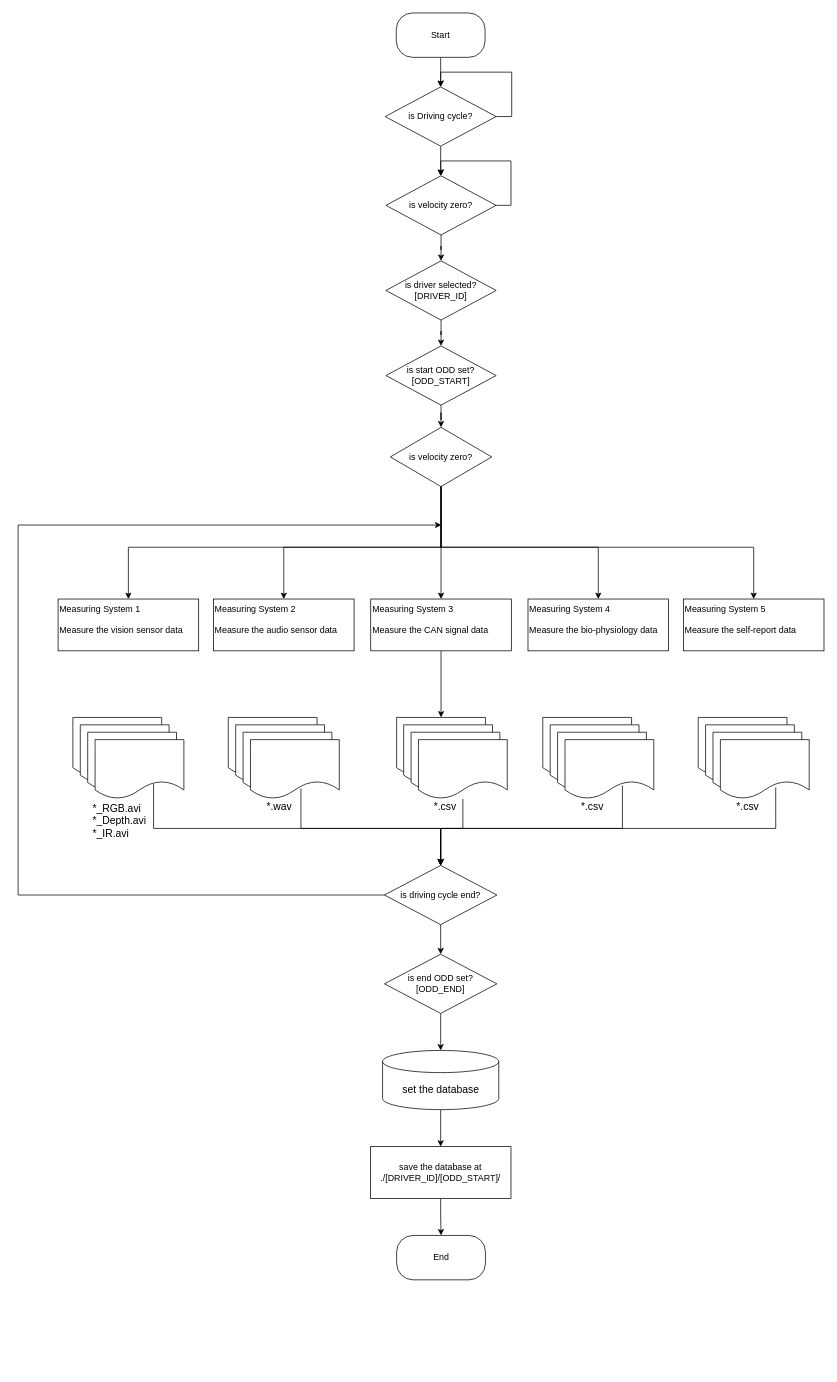
Earlier version of the draw.io diagram SystemFlowDiagram.drawio (gsethan17/DMS). Source tidied: cells renumbered, new cells numbered last; positions are measured from the earlier drawing's top-left corner, leaving out a move shared by most shapes. Both pictures are drawn from the tidied source at 74%, with x=0, y=0 at pixel (18, 13).
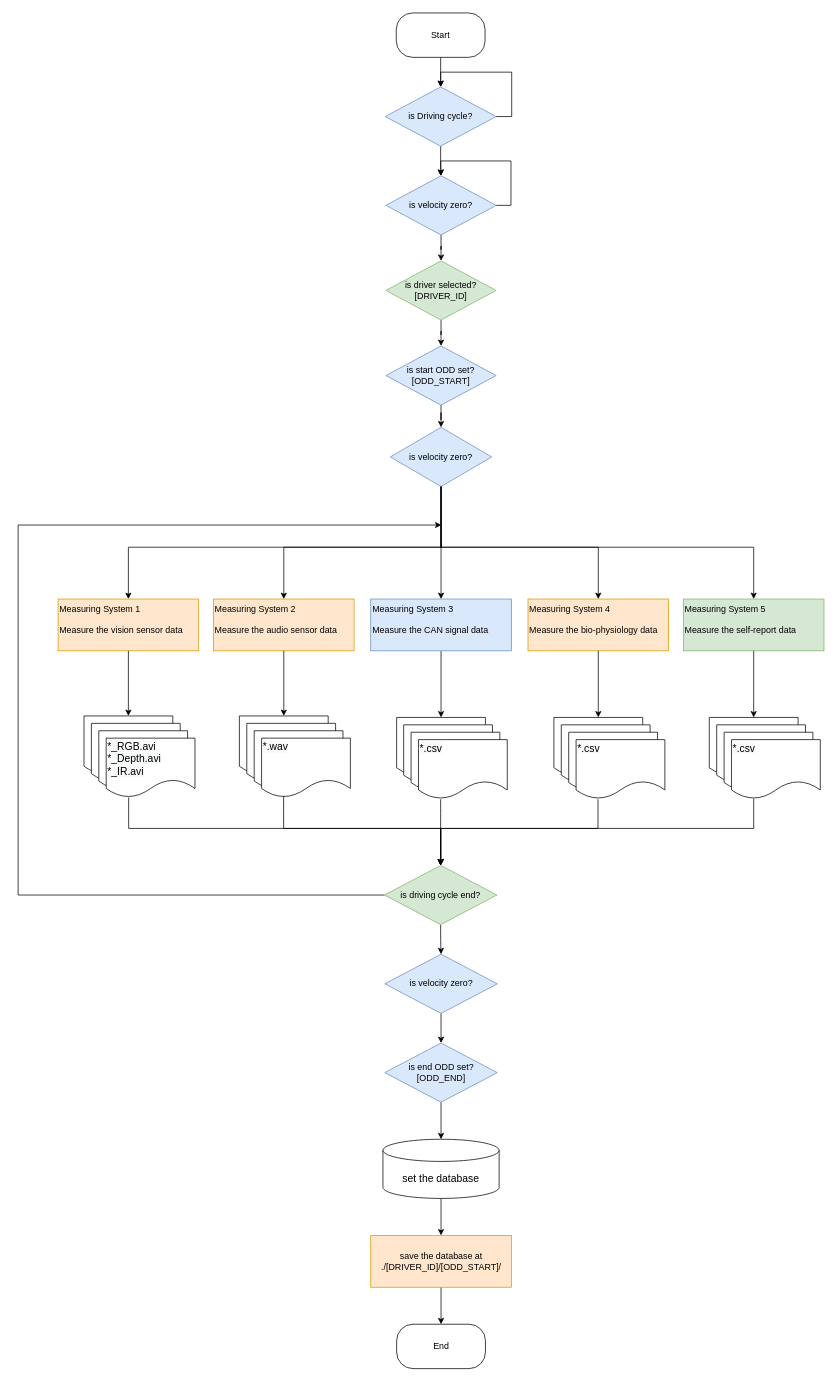
After the change.

Diff of the diagram source:
```diff
@@
-    <mxCell id="6" value="is Driving cycle?" style="rhombus;whiteSpace=wrap;html=1;" parent="1" vertex="1">
+    <mxCell id="6" value="is Driving cycle?" style="rhombus;whiteSpace=wrap;html=1;fillColor=#dae8fc;strokeColor=#6c8ebf;" parent="1" vertex="1">
       <mxGeometry x="496" y="100" width="150" height="80" as="geometry" />
     </mxCell>
@@
-    <mxCell id="9" value="is driver selected?&lt;br&gt;[DRIVER_ID]" style="rhombus;whiteSpace=wrap;html=1;" parent="1" vertex="1">
+    <mxCell id="9" value="is driver selected?&lt;br&gt;[DRIVER_ID]" style="rhombus;whiteSpace=wrap;html=1;fillColor=#d5e8d4;strokeColor=#82b366;" parent="1" vertex="1">
       <mxGeometry x="497" y="335" width="149" height="80" as="geometry" />
     </mxCell>
-    <mxCell id="10" value="is velocity zero?" style="rhombus;whiteSpace=wrap;html=1;" parent="1" vertex="1">
+    <mxCell id="10" value="is velocity zero?" style="rhombus;whiteSpace=wrap;html=1;fillColor=#dae8fc;strokeColor=#6c8ebf;" parent="1" vertex="1">
       <mxGeometry x="503" y="560" width="137" height="80" as="geometry" />
     </mxCell>
-    <mxCell id="11" value="Measuring System 1&lt;br&gt;&lt;br&gt;&lt;div style=&quot;text-align: right&quot;&gt;&lt;span&gt;Measure the vision sensor data&lt;/span&gt;&lt;/div&gt;" style="whiteSpace=wrap;html=1;align=left;verticalAlign=top;" parent="1" vertex="1">
+    <mxCell id="11" value="Measuring System 1&lt;br&gt;&lt;br&gt;&lt;div style=&quot;text-align: right&quot;&gt;&lt;span&gt;Measure the vision sensor data&lt;/span&gt;&lt;/div&gt;" style="whiteSpace=wrap;html=1;align=left;verticalAlign=top;fillColor=#ffe6cc;strokeColor=#d79b00;" parent="1" vertex="1">
       <mxGeometry x="54" y="792" width="190" height="70" as="geometry" />
     </mxCell>
@@
-    <mxCell id="14" value="is velocity zero?" style="rhombus;whiteSpace=wrap;html=1;" parent="1" vertex="1">
+    <mxCell id="14" value="is velocity zero?" style="rhombus;whiteSpace=wrap;html=1;fillColor=#dae8fc;strokeColor=#6c8ebf;" parent="1" vertex="1">
       <mxGeometry x="497" y="220" width="149" height="80" as="geometry" />
     </mxCell>
@@
-    <mxCell id="16" style="edgeStyle=orthogonalEdgeStyle;rounded=0;jettySize=auto;html=1;fontSize=14;" parent="1" edge="1" source="17" target="19">
+    <mxCell id="16" style="edgeStyle=orthogonalEdgeStyle;rounded=0;jettySize=auto;html=1;fontSize=14;entryX=0.5;entryY=0;entryDx=0;entryDy=0;" parent="1" edge="1" source="17" target="67">
       <mxGeometry relative="1" as="geometry" />
     </mxCell>
-    <mxCell id="17" value="is driving cycle end?" style="rhombus;whiteSpace=wrap;html=1;" parent="1" vertex="1">
+    <mxCell id="17" value="is driving cycle end?" style="rhombus;whiteSpace=wrap;html=1;fillColor=#d5e8d4;strokeColor=#82b366;" parent="1" vertex="1">
       <mxGeometry x="495" y="1152" width="152" height="80" as="geometry" />
     </mxCell>
@@
-    <mxCell id="19" value="is end ODD set?&lt;br&gt;[ODD_END]" style="rhombus;whiteSpace=wrap;html=1;" parent="1" vertex="1">
-      <mxGeometry x="495" y="1272" width="152" height="80" as="geometry" />
+    <mxCell id="19" value="is end ODD set?&lt;br&gt;[ODD_END]" style="rhombus;whiteSpace=wrap;html=1;fillColor=#dae8fc;strokeColor=#6c8ebf;" parent="1" vertex="1">
+      <mxGeometry x="495.5" y="1392" width="152" height="80" as="geometry" />
     </mxCell>
     <mxCell id="20" style="shape=document;whiteSpace=wrap;html=1;boundedLbl=1;fontSize=14;align=left;" parent="1" vertex="1">
-      <mxGeometry x="74" y="952" width="120" height="80" as="geometry" />
+      <mxGeometry x="89" y="950" width="120" height="80" as="geometry" />
     </mxCell>
@@
     <mxCell id="22" value="set the database" style="shape=cylinder3;whiteSpace=wrap;html=1;boundedLbl=1;backgroundOutline=1;size=15;fontSize=14;align=center;" parent="1" vertex="1">
-      <mxGeometry x="492.5" y="1402" width="157" height="80" as="geometry" />
+      <mxGeometry x="493" y="1522" width="157" height="80" as="geometry" />
     </mxCell>
     <mxCell id="23" style="shape=document;whiteSpace=wrap;html=1;boundedLbl=1;fontSize=14;align=left;" parent="1" vertex="1">
-      <mxGeometry x="84" y="962" width="120" height="80" as="geometry" />
+      <mxGeometry x="99" y="960" width="120" height="80" as="geometry" />
     </mxCell>
     <mxCell id="24" style="shape=document;whiteSpace=wrap;html=1;boundedLbl=1;fontSize=14;align=left;" parent="1" vertex="1">
-      <mxGeometry x="94" y="972" width="120" height="80" as="geometry" />
+      <mxGeometry x="109" y="970" width="120" height="80" as="geometry" />
     </mxCell>
-    <mxCell id="25" style="shape=document;whiteSpace=wrap;html=1;boundedLbl=1;fontSize=14;align=left;" parent="1" vertex="1">
-      <mxGeometry x="104" y="982" width="120" height="80" as="geometry" />
+    <mxCell id="25" value="&#10;&#10;&lt;span style=&quot;color: rgb(0, 0, 0); font-family: helvetica; font-size: 14px; font-style: normal; font-weight: 400; letter-spacing: normal; text-indent: 0px; text-transform: none; word-spacing: 0px; background-color: rgb(248, 249, 250); display: inline; float: none;&quot;&gt;*_RGB.avi&lt;/span&gt;&lt;br style=&quot;color: rgb(0, 0, 0); font-family: helvetica; font-size: 14px; font-style: normal; font-weight: 400; letter-spacing: normal; text-indent: 0px; text-transform: none; word-spacing: 0px; background-color: rgb(248, 249, 250);&quot;&gt;&lt;span style=&quot;color: rgb(0, 0, 0); font-family: helvetica; font-size: 14px; font-style: normal; font-weight: 400; letter-spacing: normal; text-indent: 0px; text-transform: none; word-spacing: 0px; background-color: rgb(248, 249, 250); display: inline; float: none;&quot;&gt;*_Depth.avi&lt;/span&gt;&lt;br style=&quot;color: rgb(0, 0, 0); font-family: helvetica; font-size: 14px; font-style: normal; font-weight: 400; letter-spacing: normal; text-indent: 0px; text-transform: none; word-spacing: 0px; background-color: rgb(248, 249, 250);&quot;&gt;&lt;span style=&quot;color: rgb(0, 0, 0); font-family: helvetica; font-size: 14px; font-style: normal; font-weight: 400; letter-spacing: normal; text-indent: 0px; text-transform: none; word-spacing: 0px; background-color: rgb(248, 249, 250); display: inline; float: none;&quot;&gt;*_IR.avi&lt;/span&gt;&#10;&#10;" style="shape=document;whiteSpace=wrap;html=1;boundedLbl=1;fontSize=14;align=left;verticalAlign=middle;" parent="1" vertex="1">
+      <mxGeometry x="119" y="980" width="120" height="80" as="geometry" />
     </mxCell>
-    <mxCell id="26" value="Measuring System 2&lt;br&gt;&lt;br&gt;&lt;div style=&quot;text-align: right&quot;&gt;&lt;span&gt;Measure the audio sensor data&lt;/span&gt;&lt;/div&gt;" style="whiteSpace=wrap;html=1;align=left;verticalAlign=top;" parent="1" vertex="1">
+    <mxCell id="26" value="Measuring System 2&lt;br&gt;&lt;br&gt;&lt;div style=&quot;text-align: right&quot;&gt;&lt;span&gt;Measure the audio sensor data&lt;/span&gt;&lt;/div&gt;" style="whiteSpace=wrap;html=1;align=left;verticalAlign=top;fillColor=#ffe6cc;strokeColor=#d79b00;" parent="1" vertex="1">
       <mxGeometry x="264" y="792" width="190" height="70" as="geometry" />
     </mxCell>
@@
-    <mxCell id="28" value="Measuring System 3&lt;br&gt;&lt;br&gt;&lt;div style=&quot;text-align: right&quot;&gt;&lt;span&gt;Measure the CAN signal data&lt;/span&gt;&lt;/div&gt;" style="whiteSpace=wrap;html=1;align=left;verticalAlign=top;" parent="1" vertex="1">
+    <mxCell id="28" value="Measuring System 3&lt;br&gt;&lt;br&gt;&lt;div style=&quot;text-align: right&quot;&gt;&lt;span&gt;Measure the CAN signal data&lt;/span&gt;&lt;/div&gt;" style="whiteSpace=wrap;html=1;align=left;verticalAlign=top;fillColor=#dae8fc;strokeColor=#6c8ebf;" parent="1" vertex="1">
       <mxGeometry x="476.5" y="792" width="190" height="70" as="geometry" />
     </mxCell>
-    <mxCell id="29" value="Measuring System 4&lt;br&gt;&lt;br&gt;&lt;div style=&quot;text-align: right&quot;&gt;&lt;span&gt;Measure the bio-physiology data&lt;/span&gt;&lt;/div&gt;" style="whiteSpace=wrap;html=1;align=left;verticalAlign=top;" parent="1" vertex="1">
+    <mxCell id="29" value="Measuring System 4&lt;br&gt;&lt;br&gt;&lt;div style=&quot;text-align: right&quot;&gt;&lt;span&gt;Measure the bio-physiology data&lt;/span&gt;&lt;/div&gt;" style="whiteSpace=wrap;html=1;align=left;verticalAlign=top;fillColor=#ffe6cc;strokeColor=#d79b00;" parent="1" vertex="1">
       <mxGeometry x="689" y="792" width="190" height="70" as="geometry" />
     </mxCell>
     <mxCell id="30" style="shape=document;whiteSpace=wrap;html=1;boundedLbl=1;fontSize=14;align=left;" parent="1" vertex="1">
-      <mxGeometry x="284" y="952" width="120" height="80" as="geometry" />
+      <mxGeometry x="299" y="950" width="120" height="80" as="geometry" />
     </mxCell>
     <mxCell id="31" style="shape=document;whiteSpace=wrap;html=1;boundedLbl=1;fontSize=14;align=left;" parent="1" vertex="1">
-      <mxGeometry x="294" y="962" width="120" height="80" as="geometry" />
+      <mxGeometry x="309" y="960" width="120" height="80" as="geometry" />
     </mxCell>
     <mxCell id="32" style="shape=document;whiteSpace=wrap;html=1;boundedLbl=1;fontSize=14;align=left;" parent="1" vertex="1">
-      <mxGeometry x="304" y="972" width="120" height="80" as="geometry" />
+      <mxGeometry x="319" y="970" width="120" height="80" as="geometry" />
     </mxCell>
-    <mxCell id="33" style="shape=document;whiteSpace=wrap;html=1;boundedLbl=1;fontSize=14;align=left;" parent="1" vertex="1">
-      <mxGeometry x="314" y="982" width="120" height="80" as="geometry" />
+    <mxCell id="33" value="&#10;&#10;&lt;span style=&quot;color: rgb(0, 0, 0); font-family: helvetica; font-size: 14px; font-style: normal; font-weight: 400; letter-spacing: normal; text-align: left; text-indent: 0px; text-transform: none; word-spacing: 0px; background-color: rgb(248, 249, 250); display: inline; float: none;&quot;&gt;*.wav&lt;/span&gt;&#10;&#10;" style="shape=document;whiteSpace=wrap;html=1;boundedLbl=1;fontSize=14;align=left;verticalAlign=bottom;" parent="1" vertex="1">
+      <mxGeometry x="329" y="980" width="120" height="80" as="geometry" />
     </mxCell>
@@
-    <mxCell id="37" style="shape=document;whiteSpace=wrap;html=1;boundedLbl=1;fontSize=14;align=left;" parent="1" vertex="1">
+    <mxCell id="37" value="&#10;&#10;&lt;span style=&quot;color: rgb(0, 0, 0); font-family: helvetica; font-size: 14px; font-style: normal; font-weight: 400; letter-spacing: normal; text-align: left; text-indent: 0px; text-transform: none; word-spacing: 0px; background-color: rgb(248, 249, 250); display: inline; float: none;&quot;&gt;*.csv&lt;/span&gt;&#10;&#10;" style="shape=document;whiteSpace=wrap;html=1;boundedLbl=1;fontSize=14;align=left;verticalAlign=bottom;" parent="1" vertex="1">
       <mxGeometry x="541" y="982" width="120" height="80" as="geometry" />
     </mxCell>
     <mxCell id="38" style="shape=document;whiteSpace=wrap;html=1;boundedLbl=1;fontSize=14;align=left;" parent="1" vertex="1">
-      <mxGeometry x="709" y="952" width="120" height="80" as="geometry" />
+      <mxGeometry x="724" y="952" width="120" height="80" as="geometry" />
     </mxCell>
     <mxCell id="39" style="shape=document;whiteSpace=wrap;html=1;boundedLbl=1;fontSize=14;align=left;" parent="1" vertex="1">
-      <mxGeometry x="719" y="962" width="120" height="80" as="geometry" />
+      <mxGeometry x="734" y="962" width="120" height="80" as="geometry" />
     </mxCell>
     <mxCell id="40" style="shape=document;whiteSpace=wrap;html=1;boundedLbl=1;fontSize=14;align=left;" parent="1" vertex="1">
-      <mxGeometry x="729" y="972" width="120" height="80" as="geometry" />
+      <mxGeometry x="744" y="972" width="120" height="80" as="geometry" />
     </mxCell>
-    <mxCell id="41" style="shape=document;whiteSpace=wrap;html=1;boundedLbl=1;fontSize=14;align=left;" parent="1" vertex="1">
-      <mxGeometry x="739" y="982" width="120" height="80" as="geometry" />
+    <mxCell id="41" value="&#10;&#10;&lt;span style=&quot;color: rgb(0, 0, 0); font-family: helvetica; font-size: 14px; font-style: normal; font-weight: 400; letter-spacing: normal; text-align: left; text-indent: 0px; text-transform: none; word-spacing: 0px; background-color: rgb(248, 249, 250); display: inline; float: none;&quot;&gt;*.csv&lt;/span&gt;&#10;&#10;" style="shape=document;whiteSpace=wrap;html=1;boundedLbl=1;fontSize=14;align=left;verticalAlign=bottom;" parent="1" vertex="1">
+      <mxGeometry x="754" y="982" width="120" height="80" as="geometry" />
     </mxCell>
-    <mxCell id="42" value="*_RGB.avi&lt;br&gt;*_Depth.avi&lt;br&gt;*_IR.avi" style="text;html=1;strokeColor=none;fillColor=none;align=left;verticalAlign=middle;whiteSpace=wrap;rounded=0;fontSize=14;" parent="1" vertex="1">
-      <mxGeometry x="99" y="1062" width="100" height="60" as="geometry" />
-    </mxCell>
-    <mxCell id="43" value="*.wav" style="text;html=1;strokeColor=none;fillColor=none;align=left;verticalAlign=middle;whiteSpace=wrap;rounded=0;fontSize=14;" parent="1" vertex="1">
-      <mxGeometry x="334" y="1062" width="50" height="20" as="geometry" />
-    </mxCell>
-    <mxCell id="44" value="*.csv" style="text;html=1;strokeColor=none;fillColor=none;align=left;verticalAlign=middle;whiteSpace=wrap;rounded=0;fontSize=14;" parent="1" vertex="1">
-      <mxGeometry x="560" y="1062" width="50" height="20" as="geometry" />
-    </mxCell>
-    <mxCell id="45" value="*.csv" style="text;html=1;strokeColor=none;fillColor=none;align=left;verticalAlign=middle;whiteSpace=wrap;rounded=0;fontSize=14;" parent="1" vertex="1">
-      <mxGeometry x="759" y="1062" width="50" height="20" as="geometry" />
-    </mxCell>
-    <mxCell id="46" value="Measuring System 5&lt;br&gt;&lt;br&gt;&lt;div style=&quot;text-align: right&quot;&gt;&lt;span&gt;Measure the self-report data&lt;/span&gt;&lt;/div&gt;" style="whiteSpace=wrap;html=1;align=left;verticalAlign=top;" parent="1" vertex="1">
+    <mxCell id="46" value="Measuring System 5&lt;br&gt;&lt;br&gt;&lt;div style=&quot;text-align: right&quot;&gt;&lt;span&gt;Measure the self-report data&lt;/span&gt;&lt;/div&gt;" style="whiteSpace=wrap;html=1;align=left;verticalAlign=top;fillColor=#d5e8d4;strokeColor=#82b366;" parent="1" vertex="1">
       <mxGeometry x="899" y="792" width="190" height="70" as="geometry" />
     </mxCell>
     <mxCell id="47" style="shape=document;whiteSpace=wrap;html=1;boundedLbl=1;fontSize=14;align=left;" parent="1" vertex="1">
-      <mxGeometry x="919" y="952" width="120" height="80" as="geometry" />
+      <mxGeometry x="934" y="952" width="120" height="80" as="geometry" />
     </mxCell>
     <mxCell id="48" style="shape=document;whiteSpace=wrap;html=1;boundedLbl=1;fontSize=14;align=left;" parent="1" vertex="1">
-      <mxGeometry x="929" y="962" width="120" height="80" as="geometry" />
+      <mxGeometry x="944" y="962" width="120" height="80" as="geometry" />
     </mxCell>
     <mxCell id="49" style="shape=document;whiteSpace=wrap;html=1;boundedLbl=1;fontSize=14;align=left;" parent="1" vertex="1">
-      <mxGeometry x="939" y="972" width="120" height="80" as="geometry" />
+      <mxGeometry x="954" y="972" width="120" height="80" as="geometry" />
     </mxCell>
-    <mxCell id="50" style="shape=document;whiteSpace=wrap;html=1;boundedLbl=1;fontSize=14;align=left;" parent="1" vertex="1">
-      <mxGeometry x="949" y="982" width="120" height="80" as="geometry" />
+    <mxCell id="50" value="&#10;&#10;&lt;span style=&quot;color: rgb(0, 0, 0); font-family: helvetica; font-size: 14px; font-style: normal; font-weight: 400; letter-spacing: normal; text-align: left; text-indent: 0px; text-transform: none; word-spacing: 0px; background-color: rgb(248, 249, 250); display: inline; float: none;&quot;&gt;*.csv&lt;/span&gt;&#10;&#10;" style="shape=document;whiteSpace=wrap;html=1;boundedLbl=1;fontSize=14;align=left;verticalAlign=bottom;" parent="1" vertex="1">
+      <mxGeometry x="964" y="982" width="120" height="80" as="geometry" />
     </mxCell>
-    <mxCell id="51" value="*.csv" style="text;html=1;strokeColor=none;fillColor=none;align=left;verticalAlign=middle;whiteSpace=wrap;rounded=0;fontSize=14;" parent="1" vertex="1">
-      <mxGeometry x="969" y="1062" width="50" height="20" as="geometry" />
-    </mxCell>
@@
-    <mxCell id="53" value="save the database at&lt;br&gt;./[DRIVER_ID]/[ODD_START]/" style="whiteSpace=wrap;html=1;align=center;verticalAlign=middle;" parent="1" vertex="1">
-      <mxGeometry x="476" y="1532" width="190" height="70" as="geometry" />
+    <mxCell id="53" value="save the database at&lt;br&gt;./[DRIVER_ID]/[ODD_START]/" style="whiteSpace=wrap;html=1;align=center;verticalAlign=middle;fillColor=#ffe6cc;strokeColor=#d79b00;" parent="1" vertex="1">
+      <mxGeometry x="476.5" y="1652" width="190" height="70" as="geometry" />
     </mxCell>
@@
-    <mxCell id="59" value="is start ODD set?&lt;br&gt;[ODD_START]" style="rhombus;whiteSpace=wrap;html=1;" parent="1" vertex="1">
+    <mxCell id="59" value="is start ODD set?&lt;br&gt;[ODD_START]" style="rhombus;whiteSpace=wrap;html=1;fillColor=#dae8fc;strokeColor=#6c8ebf;" parent="1" vertex="1">
       <mxGeometry x="497" y="450" width="149" height="80" as="geometry" />
     </mxCell>
     <mxCell id="60" value="End" style="rounded=1;whiteSpace=wrap;html=1;arcSize=37;" parent="1" vertex="1">
-      <mxGeometry x="511.5" y="1652" width="120" height="60" as="geometry" />
+      <mxGeometry x="511.5" y="1772" width="120" height="60" as="geometry" />
     </mxCell>
-    <mxCell id="61" style="edgeStyle=orthogonalEdgeStyle;rounded=0;jettySize=auto;html=1;fontSize=14;entryX=0.5;entryY=0;entryDx=0;entryDy=0;" parent="1" edge="1" source="37" target="17">
+    <mxCell id="61" style="edgeStyle=orthogonalEdgeStyle;rounded=0;jettySize=auto;html=1;fontSize=14;entryX=0.5;entryY=0;entryDx=0;entryDy=0;exitX=0.25;exitY=1.007;exitDx=0;exitDy=0;exitPerimeter=0;" parent="1" edge="1" source="37" target="17">
       <mxGeometry relative="1" as="geometry">
         <Array as="points">
-          <mxPoint x="601" y="1102" />
-          <mxPoint x="571" y="1102" />
+          <mxPoint x="571" y="1082" />
+          <mxPoint x="571" y="1082" />
         </Array>
       </mxGeometry>
     </mxCell>
-    <mxCell id="62" style="edgeStyle=orthogonalEdgeStyle;rounded=0;jettySize=auto;html=1;fontSize=14;exitX=0.568;exitY=0.827;exitDx=0;exitDy=0;exitPerimeter=0;entryX=0.5;entryY=0;entryDx=0;entryDy=0;" parent="1" edge="1" source="33" target="17">
+    <mxCell id="62" style="edgeStyle=orthogonalEdgeStyle;rounded=0;jettySize=auto;html=1;fontSize=14;exitX=0.248;exitY=0.977;exitDx=0;exitDy=0;exitPerimeter=0;entryX=0.5;entryY=0;entryDx=0;entryDy=0;" parent="1" edge="1" source="33" target="17">
       <mxGeometry relative="1" as="geometry">
         <Array as="points">
-          <mxPoint x="382" y="1102" />
+          <mxPoint x="359" y="1102" />
           <mxPoint x="571" y="1102" />
         </Array>
       </mxGeometry>
     </mxCell>
-    <mxCell id="63" style="edgeStyle=orthogonalEdgeStyle;rounded=0;jettySize=auto;html=1;fontSize=14;entryX=0.5;entryY=0;entryDx=0;entryDy=0;" parent="1" edge="1" target="17">
+    <mxCell id="63" style="edgeStyle=orthogonalEdgeStyle;rounded=0;jettySize=auto;html=1;fontSize=14;entryX=0.5;entryY=0;entryDx=0;entryDy=0;exitX=0.253;exitY=1.002;exitDx=0;exitDy=0;exitPerimeter=0;" parent="1" edge="1" source="25" target="17">
       <mxGeometry relative="1" as="geometry">
-        <mxPoint x="183" y="1042" as="sourcePoint" />
         <Array as="points">
-          <mxPoint x="183" y="1102" />
+          <mxPoint x="149" y="1102" />
           <mxPoint x="571" y="1102" />
         </Array>
       </mxGeometry>
     </mxCell>
-    <mxCell id="64" style="edgeStyle=orthogonalEdgeStyle;rounded=0;jettySize=auto;html=1;fontSize=14;entryX=0.5;entryY=0;entryDx=0;entryDy=0;exitX=0.647;exitY=0.777;exitDx=0;exitDy=0;exitPerimeter=0;" parent="1" edge="1" source="41" target="17">
+    <mxCell id="64" style="edgeStyle=orthogonalEdgeStyle;rounded=0;jettySize=auto;html=1;fontSize=14;entryX=0.5;entryY=0;entryDx=0;entryDy=0;exitX=0.247;exitY=1.007;exitDx=0;exitDy=0;exitPerimeter=0;" parent="1" edge="1" source="41" target="17">
       <mxGeometry relative="1" as="geometry">
         <Array as="points">
-          <mxPoint x="817" y="1102" />
+          <mxPoint x="784" y="1102" />
           <mxPoint x="571" y="1102" />
         </Array>
       </mxGeometry>
     </mxCell>
-    <mxCell id="65" style="edgeStyle=orthogonalEdgeStyle;rounded=0;jettySize=auto;html=1;fontSize=14;entryX=0.5;entryY=0;entryDx=0;entryDy=0;exitX=0.623;exitY=0.807;exitDx=0;exitDy=0;exitPerimeter=0;" parent="1" edge="1" source="50" target="17">
+    <mxCell id="65" style="edgeStyle=orthogonalEdgeStyle;rounded=0;jettySize=auto;html=1;fontSize=14;entryX=0.5;entryY=0;entryDx=0;entryDy=0;exitX=0.25;exitY=0.997;exitDx=0;exitDy=0;exitPerimeter=0;" parent="1" edge="1" source="50" target="17">
       <mxGeometry relative="1" as="geometry">
         <Array as="points">
-          <mxPoint x="1024" y="1102" />
+          <mxPoint x="994" y="1102" />
           <mxPoint x="571" y="1102" />
         </Array>
       </mxGeometry>
     </mxCell>
+    <mxCell id="66" style="edgeStyle=orthogonalEdgeStyle;rounded=0;jettySize=auto;html=1;fontSize=14;" parent="1" edge="1" source="67" target="19">
+      <mxGeometry relative="1" as="geometry" />
+    </mxCell>
+    <mxCell id="67" value="is velocity zero?" style="rhombus;whiteSpace=wrap;html=1;fillColor=#dae8fc;strokeColor=#6c8ebf;" parent="1" vertex="1">
+      <mxGeometry x="495.5" y="1272" width="152" height="80" as="geometry" />
+    </mxCell>
+    <mxCell id="68" style="edgeStyle=orthogonalEdgeStyle;rounded=0;jettySize=auto;html=1;fontSize=14;exitX=0.5;exitY=1;exitDx=0;exitDy=0;entryX=0.5;entryY=0;entryDx=0;entryDy=0;" parent="1" edge="1" source="26" target="30">
+      <mxGeometry relative="1" as="geometry" />
+    </mxCell>
+    <mxCell id="69" style="edgeStyle=orthogonalEdgeStyle;rounded=0;jettySize=auto;html=1;fontSize=14;exitX=0.5;exitY=1;exitDx=0;exitDy=0;entryX=0.5;entryY=0;entryDx=0;entryDy=0;" parent="1" edge="1" source="11" target="20">
+      <mxGeometry relative="1" as="geometry" />
+    </mxCell>
+    <mxCell id="70" style="edgeStyle=orthogonalEdgeStyle;rounded=0;jettySize=auto;html=1;fontSize=14;exitX=0.5;exitY=1;exitDx=0;exitDy=0;entryX=0.5;entryY=0;entryDx=0;entryDy=0;" parent="1" edge="1" source="29" target="38">
+      <mxGeometry relative="1" as="geometry" />
+    </mxCell>
+    <mxCell id="71" style="edgeStyle=orthogonalEdgeStyle;rounded=0;jettySize=auto;html=1;fontSize=14;exitX=0.5;exitY=1;exitDx=0;exitDy=0;entryX=0.5;entryY=0;entryDx=0;entryDy=0;" parent="1" edge="1" source="46" target="47">
+      <mxGeometry relative="1" as="geometry" />
+    </mxCell>
```
